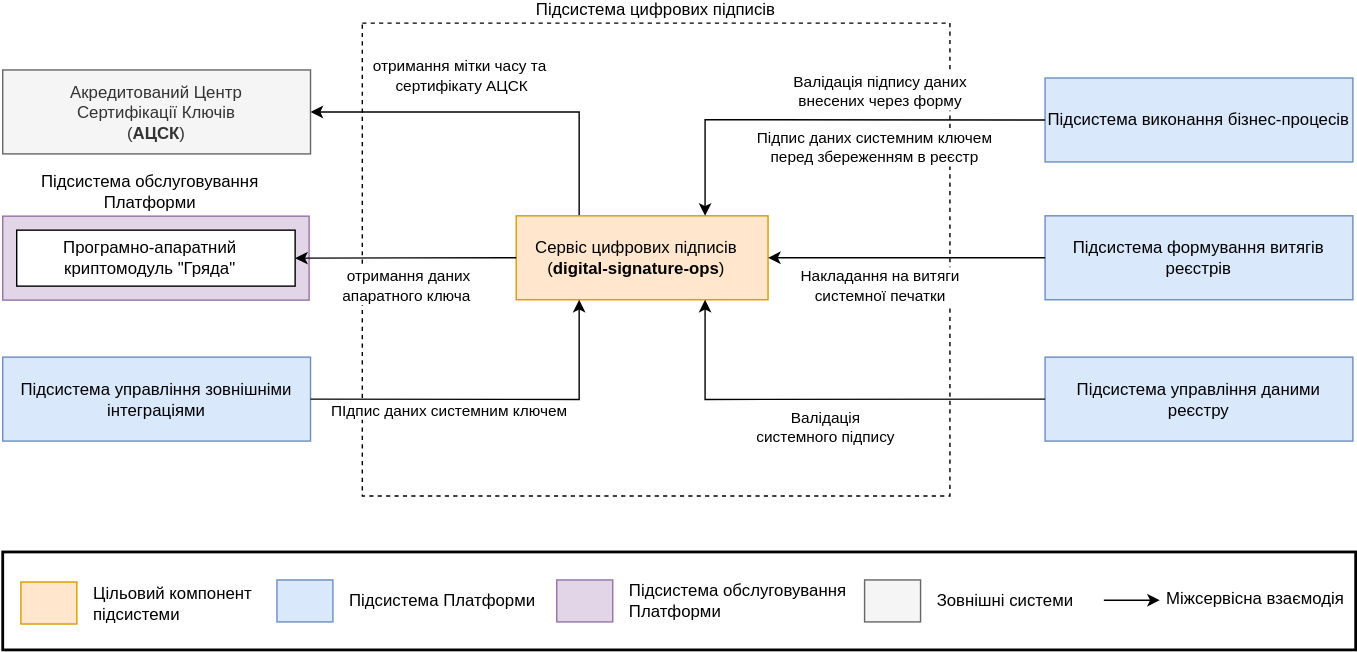
Above: docs/ua/modules/arch/images/architecture/registry/operational/digital-signatures/digital-signature-overview.drawio.svg in epam/edp-ddm-architecture (draw.io), before the change. Source tidied: cells renumbered, new cells last; positions are measured from the earlier drawing's top-left corner, leaving out a move shared by most shapes. Its diagram source:
```xml
<mxGraphModel>
  <root>
    <mxCell id="0" />
    <mxCell id="1" parent="0" />
    <mxCell id="2" value="&lt;font style=&quot;font-size: 12px;&quot;&gt;Підсистема цифрових підписів&lt;/font&gt;" style="rounded=0;whiteSpace=wrap;html=1;dashed=1;labelPosition=center;verticalLabelPosition=top;align=center;verticalAlign=bottom;" parent="1" vertex="1">
      <mxGeometry x="257" width="420" height="338" as="geometry" />
    </mxCell>
    <mxCell id="3" style="edgeStyle=orthogonalEdgeStyle;rounded=0;jettySize=auto;html=1;entryX=1;entryY=0.5;entryDx=0;entryDy=0;exitX=0.25;exitY=0;exitDx=0;exitDy=0;" parent="1" edge="1" source="5" target="10">
      <mxGeometry relative="1" as="geometry" />
    </mxCell>
    <mxCell id="4" value="отримання&amp;nbsp;мітки часу та&amp;nbsp;&lt;br style=&quot;border-color: var(--border-color);&quot;&gt;сертифікату АЦСК" style="edgeLabel;html=1;align=center;verticalAlign=middle;" parent="3" vertex="1">
      <mxGeometry x="-0.53" y="-2" relative="1" as="geometry">
        <mxPoint x="-87" y="-38" as="offset" />
      </mxGeometry>
    </mxCell>
    <mxCell id="5" value="Сервіс цифрових підписів&lt;br&gt;(&lt;b&gt;digital-signature-ops&lt;/b&gt;)" style="rounded=0;whiteSpace=wrap;html=1;labelPosition=center;verticalLabelPosition=middle;align=center;verticalAlign=middle;spacingRight=8;fillColor=#ffe6cc;strokeColor=#d79b00;" parent="1" vertex="1">
      <mxGeometry x="367" y="137.8" width="180" height="60" as="geometry" />
    </mxCell>
    <mxCell id="6" value="Підсистема обслуговування Платформи" style="rounded=0;whiteSpace=wrap;html=1;labelPosition=center;verticalLabelPosition=top;align=center;verticalAlign=bottom;spacingRight=8;fillColor=#e1d5e7;strokeColor=#9673a6;" parent="1" vertex="1">
      <mxGeometry y="138" width="219" height="60" as="geometry" />
    </mxCell>
    <mxCell id="7" value="Програмно-апаратний криптомодуль &quot;Гряда&quot;" style="rounded=0;whiteSpace=wrap;html=1;labelPosition=center;verticalLabelPosition=middle;align=center;verticalAlign=middle;spacingRight=8;" parent="1" vertex="1">
      <mxGeometry x="10" y="148" width="199" height="40" as="geometry" />
    </mxCell>
    <mxCell id="8" style="edgeStyle=orthogonalEdgeStyle;rounded=0;jettySize=auto;html=1;entryX=1;entryY=0.5;entryDx=0;entryDy=0;exitX=0;exitY=0.5;exitDx=0;exitDy=0;" parent="1" edge="1" source="5" target="7">
      <mxGeometry relative="1" as="geometry" />
    </mxCell>
    <mxCell id="9" value="отримання даних &lt;br&gt;апаратного ключа&amp;nbsp;" style="edgeLabel;html=1;align=center;verticalAlign=middle;" parent="8" vertex="1">
      <mxGeometry x="-0.02" y="2" relative="1" as="geometry">
        <mxPoint y="18" as="offset" />
      </mxGeometry>
    </mxCell>
    <mxCell id="10" value="Акредитований Центр &lt;br&gt;Сертифікації Ключів &lt;br&gt;(&lt;b&gt;АЦСК&lt;/b&gt;)" style="rounded=0;whiteSpace=wrap;html=1;fillColor=#f5f5f5;fontColor=#333333;strokeColor=#666666;" parent="1" vertex="1">
      <mxGeometry y="33.5" width="220" height="60" as="geometry" />
    </mxCell>
    <mxCell id="11" style="rounded=0;whiteSpace=wrap;html=1;strokeColor=#000000;strokeWidth=2;fillColor=none;" parent="1" vertex="1">
      <mxGeometry y="378" width="967" height="70" as="geometry" />
    </mxCell>
    <mxCell id="12" value="Міжсервісна взаємодія" style="text;html=1;strokeColor=none;fillColor=none;align=left;verticalAlign=middle;whiteSpace=wrap;rounded=0;" parent="1" vertex="1">
      <mxGeometry x="830" y="397" width="137" height="30" as="geometry" />
    </mxCell>
    <mxCell id="13" style="rounded=0;whiteSpace=wrap;html=1;strokeWidth=1;labelPosition=center;verticalLabelPosition=top;align=center;verticalAlign=bottom;strokeColor=#6c8ebf;fillColor=#dae8fc;" parent="1" vertex="1">
      <mxGeometry x="196" y="398" width="40" height="30" as="geometry" />
    </mxCell>
    <mxCell id="14" value="Підсистема Платформи" style="text;html=1;strokeColor=none;fillColor=none;align=left;verticalAlign=middle;whiteSpace=wrap;rounded=0;" parent="1" vertex="1">
      <mxGeometry x="246" y="398" width="146" height="30" as="geometry" />
    </mxCell>
    <mxCell id="15" style="edgeStyle=orthogonalEdgeStyle;rounded=0;orthogonalLoop=1;jettySize=auto;html=1;endArrow=classic;endFill=1;" parent="1" edge="1">
      <mxGeometry relative="1" as="geometry">
        <mxPoint x="787" y="412.5" as="sourcePoint" />
        <mxPoint x="827" y="412.5" as="targetPoint" />
        <Array as="points">
          <mxPoint x="787" y="412.5" />
        </Array>
      </mxGeometry>
    </mxCell>
    <mxCell id="16" style="rounded=0;whiteSpace=wrap;html=1;strokeWidth=1;labelPosition=center;verticalLabelPosition=top;align=center;verticalAlign=bottom;fillColor=#e1d5e7;strokeColor=#9673a6;" parent="1" vertex="1">
      <mxGeometry x="396" y="398" width="40" height="30" as="geometry" />
    </mxCell>
    <mxCell id="17" value="Підсистема обслуговування Платформи" style="text;html=1;strokeColor=none;fillColor=none;align=left;verticalAlign=middle;whiteSpace=wrap;rounded=0;" parent="1" vertex="1">
      <mxGeometry x="446" y="398" width="167" height="30" as="geometry" />
    </mxCell>
    <mxCell id="18" style="rounded=0;whiteSpace=wrap;html=1;strokeWidth=1;labelPosition=center;verticalLabelPosition=top;align=center;verticalAlign=bottom;fillColor=#f5f5f5;fontColor=#333333;strokeColor=#666666;" parent="1" vertex="1">
      <mxGeometry x="616" y="398" width="40" height="30" as="geometry" />
    </mxCell>
    <mxCell id="19" value="Зовнішні системи" style="text;html=1;strokeColor=none;fillColor=none;align=left;verticalAlign=middle;whiteSpace=wrap;rounded=0;" parent="1" vertex="1">
      <mxGeometry x="666" y="398" width="108" height="30" as="geometry" />
    </mxCell>
    <mxCell id="20" style="rounded=0;whiteSpace=wrap;html=1;strokeWidth=1;labelPosition=center;verticalLabelPosition=top;align=center;verticalAlign=bottom;strokeColor=#d79b00;fillColor=#ffe6cc;" parent="1" vertex="1">
      <mxGeometry x="13" y="399.5" width="40" height="30" as="geometry" />
    </mxCell>
    <mxCell id="21" value="Цільовий компонент підсистеми" style="text;html=1;strokeColor=none;fillColor=none;align=left;verticalAlign=middle;whiteSpace=wrap;rounded=0;" parent="1" vertex="1">
      <mxGeometry x="63" y="399.5" width="127" height="30" as="geometry" />
    </mxCell>
    <mxCell id="22" value="Підсистема виконання бізнес-процесів" style="rounded=0;whiteSpace=wrap;html=1;fillColor=#dae8fc;strokeColor=#6c8ebf;" parent="1" vertex="1">
      <mxGeometry x="745" y="39.2" width="220" height="60" as="geometry" />
    </mxCell>
    <mxCell id="23" value="Підсистема формування витягів реєстрів" style="rounded=0;whiteSpace=wrap;html=1;fillColor=#dae8fc;strokeColor=#6c8ebf;" parent="1" vertex="1">
      <mxGeometry x="745" y="137.8" width="220" height="60" as="geometry" />
    </mxCell>
    <mxCell id="24" value="Підсистема управління даними реєстру" style="rounded=0;whiteSpace=wrap;html=1;fillColor=#dae8fc;strokeColor=#6c8ebf;" parent="1" vertex="1">
      <mxGeometry x="745" y="238.8" width="220" height="60" as="geometry" />
    </mxCell>
    <mxCell id="25" value="Підсистема управління зовнішніми інтеграціями" style="rounded=0;whiteSpace=wrap;html=1;fillColor=#dae8fc;strokeColor=#6c8ebf;" parent="1" vertex="1">
      <mxGeometry y="238.8" width="220" height="60" as="geometry" />
    </mxCell>
    <mxCell id="26" style="endArrow=classic;html=1;rounded=0;exitX=0;exitY=0.5;exitDx=0;exitDy=0;entryX=0.75;entryY=0;entryDx=0;entryDy=0;" parent="1" edge="1" source="22" target="5">
      <mxGeometry relative="1" as="geometry">
        <Array as="points">
          <mxPoint x="502" y="69" />
        </Array>
      </mxGeometry>
    </mxCell>
    <mxCell id="27" value="Валідація підпису даних&lt;br&gt;внесених через форму" style="edgeLabel;html=1;align=center;verticalAlign=middle;" parent="26" vertex="1">
      <mxGeometry x="-0.24" y="-1" relative="1" as="geometry">
        <mxPoint y="-20" as="offset" />
      </mxGeometry>
    </mxCell>
    <mxCell id="28" value="Підпис даних системним ключем&lt;br&gt;перед&amp;nbsp;збереженням в реєстр" style="edgeLabel;html=1;align=center;verticalAlign=middle;" parent="26" vertex="1">
      <mxGeometry x="-0.7" y="1" relative="1" as="geometry">
        <mxPoint x="-76" y="18" as="offset" />
      </mxGeometry>
    </mxCell>
    <mxCell id="29" style="endArrow=classic;html=1;rounded=0;exitX=1;exitY=0.5;exitDx=0;exitDy=0;entryX=0.25;entryY=1;entryDx=0;entryDy=0;" parent="1" edge="1" source="25" target="5">
      <mxGeometry relative="1" as="geometry">
        <Array as="points">
          <mxPoint x="412" y="269" />
        </Array>
      </mxGeometry>
    </mxCell>
    <mxCell id="30" value="ПІдпис даних системним ключем" style="edgeLabel;html=1;align=center;verticalAlign=middle;" parent="29" vertex="1">
      <mxGeometry x="-0.25" y="1" relative="1" as="geometry">
        <mxPoint x="1" y="9" as="offset" />
      </mxGeometry>
    </mxCell>
    <mxCell id="31" style="endArrow=classic;html=1;rounded=0;exitX=0;exitY=0.5;exitDx=0;exitDy=0;entryX=0.75;entryY=1;entryDx=0;entryDy=0;" parent="1" edge="1" source="24" target="5">
      <mxGeometry relative="1" as="geometry">
        <Array as="points">
          <mxPoint x="502" y="269" />
        </Array>
      </mxGeometry>
    </mxCell>
    <mxCell id="32" value="Валідація&lt;br style=&quot;border-color: var(--border-color);&quot;&gt;системного підпису" style="edgeLabel;html=1;align=center;verticalAlign=middle;" parent="31" vertex="1">
      <mxGeometry x="0.31" relative="1" as="geometry">
        <mxPoint x="48" y="19" as="offset" />
      </mxGeometry>
    </mxCell>
    <mxCell id="33" style="endArrow=classic;html=1;rounded=0;exitX=0;exitY=0.5;exitDx=0;exitDy=0;entryX=1;entryY=0.5;entryDx=0;entryDy=0;" parent="1" edge="1" source="23" target="5">
      <mxGeometry relative="1" as="geometry" />
    </mxCell>
    <mxCell id="34" value="Накладання на витяги&lt;br style=&quot;border-color: var(--border-color);&quot;&gt;системної печатки" style="edgeLabel;html=1;align=center;verticalAlign=middle;" parent="33" vertex="1">
      <mxGeometry x="0.43" relative="1" as="geometry">
        <mxPoint x="23" y="20" as="offset" />
      </mxGeometry>
    </mxCell>
  </root>
</mxGraphModel>
```
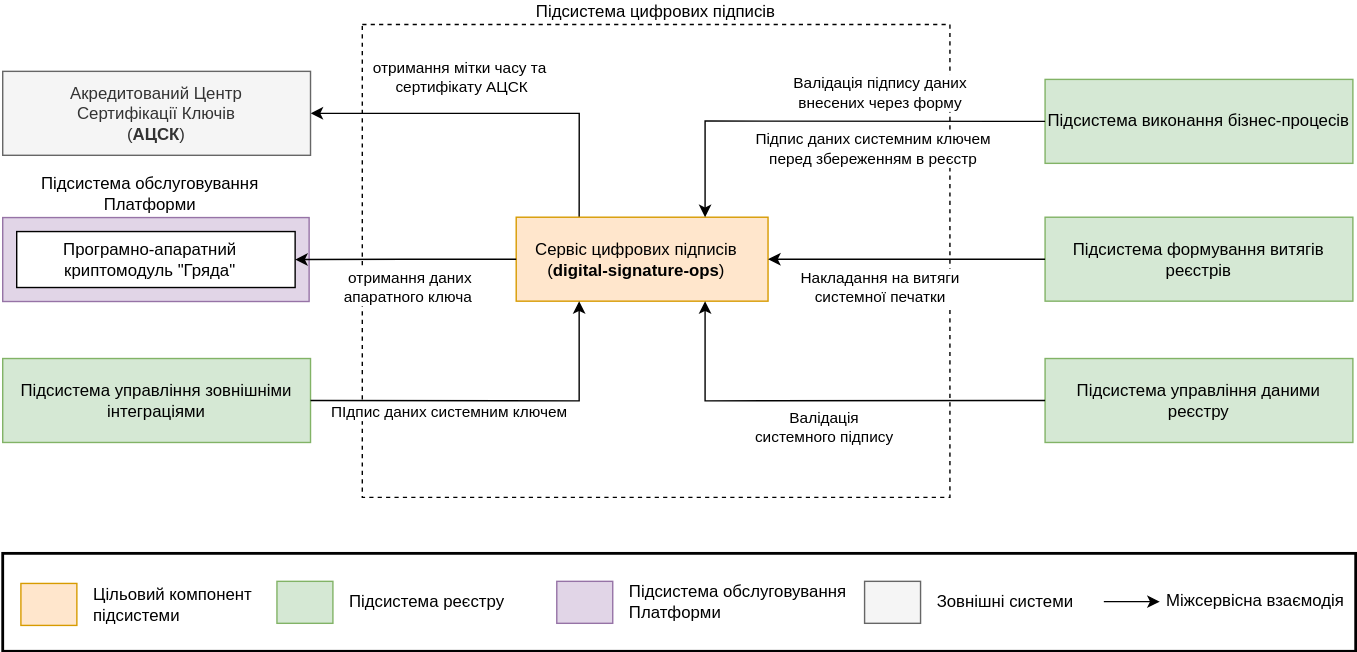
Above is the later version.

Commit message:
[EDP-DDM-26761] Diagram adjustments

Diff of the diagram source:
```diff
@@ -39,10 +39,10 @@
     <mxCell id="12" value="Міжсервісна взаємодія" style="text;html=1;strokeColor=none;fillColor=none;align=left;verticalAlign=middle;whiteSpace=wrap;rounded=0;" parent="1" vertex="1">
       <mxGeometry x="830" y="397" width="137" height="30" as="geometry" />
     </mxCell>
-    <mxCell id="13" style="rounded=0;whiteSpace=wrap;html=1;strokeWidth=1;labelPosition=center;verticalLabelPosition=top;align=center;verticalAlign=bottom;strokeColor=#6c8ebf;fillColor=#dae8fc;" parent="1" vertex="1">
+    <mxCell id="13" style="rounded=0;whiteSpace=wrap;html=1;strokeWidth=1;labelPosition=center;verticalLabelPosition=top;align=center;verticalAlign=bottom;strokeColor=#82b366;fillColor=#d5e8d4;" parent="1" vertex="1">
       <mxGeometry x="196" y="398" width="40" height="30" as="geometry" />
     </mxCell>
-    <mxCell id="14" value="Підсистема Платформи" style="text;html=1;strokeColor=none;fillColor=none;align=left;verticalAlign=middle;whiteSpace=wrap;rounded=0;" parent="1" vertex="1">
+    <mxCell id="14" value="Підсистема реєстру" style="text;html=1;strokeColor=none;fillColor=none;align=left;verticalAlign=middle;whiteSpace=wrap;rounded=0;" parent="1" vertex="1">
       <mxGeometry x="246" y="398" width="146" height="30" as="geometry" />
     </mxCell>
     <mxCell id="15" style="edgeStyle=orthogonalEdgeStyle;rounded=0;orthogonalLoop=1;jettySize=auto;html=1;endArrow=classic;endFill=1;" parent="1" edge="1">
@@ -72,16 +72,16 @@
     <mxCell id="21" value="Цільовий компонент підсистеми" style="text;html=1;strokeColor=none;fillColor=none;align=left;verticalAlign=middle;whiteSpace=wrap;rounded=0;" parent="1" vertex="1">
       <mxGeometry x="63" y="399.5" width="127" height="30" as="geometry" />
     </mxCell>
-    <mxCell id="22" value="Підсистема виконання бізнес-процесів" style="rounded=0;whiteSpace=wrap;html=1;fillColor=#dae8fc;strokeColor=#6c8ebf;" parent="1" vertex="1">
+    <mxCell id="22" value="Підсистема виконання бізнес-процесів" style="rounded=0;whiteSpace=wrap;html=1;fillColor=#d5e8d4;strokeColor=#82b366;" parent="1" vertex="1">
       <mxGeometry x="745" y="39.2" width="220" height="60" as="geometry" />
     </mxCell>
-    <mxCell id="23" value="Підсистема формування витягів реєстрів" style="rounded=0;whiteSpace=wrap;html=1;fillColor=#dae8fc;strokeColor=#6c8ebf;" parent="1" vertex="1">
+    <mxCell id="23" value="Підсистема формування витягів реєстрів" style="rounded=0;whiteSpace=wrap;html=1;fillColor=#d5e8d4;strokeColor=#82b366;" parent="1" vertex="1">
       <mxGeometry x="745" y="137.8" width="220" height="60" as="geometry" />
     </mxCell>
-    <mxCell id="24" value="Підсистема управління даними реєстру" style="rounded=0;whiteSpace=wrap;html=1;fillColor=#dae8fc;strokeColor=#6c8ebf;" parent="1" vertex="1">
+    <mxCell id="24" value="Підсистема управління даними реєстру" style="rounded=0;whiteSpace=wrap;html=1;fillColor=#d5e8d4;strokeColor=#82b366;" parent="1" vertex="1">
       <mxGeometry x="745" y="238.8" width="220" height="60" as="geometry" />
     </mxCell>
-    <mxCell id="25" value="Підсистема управління зовнішніми інтеграціями" style="rounded=0;whiteSpace=wrap;html=1;fillColor=#dae8fc;strokeColor=#6c8ebf;" parent="1" vertex="1">
+    <mxCell id="25" value="Підсистема управління зовнішніми інтеграціями" style="rounded=0;whiteSpace=wrap;html=1;fillColor=#d5e8d4;strokeColor=#82b366;" parent="1" vertex="1">
       <mxGeometry y="238.8" width="220" height="60" as="geometry" />
     </mxCell>
     <mxCell id="26" style="endArrow=classic;html=1;rounded=0;exitX=0;exitY=0.5;exitDx=0;exitDy=0;entryX=0.75;entryY=0;entryDx=0;entryDy=0;" parent="1" edge="1" source="22" target="5">
```
